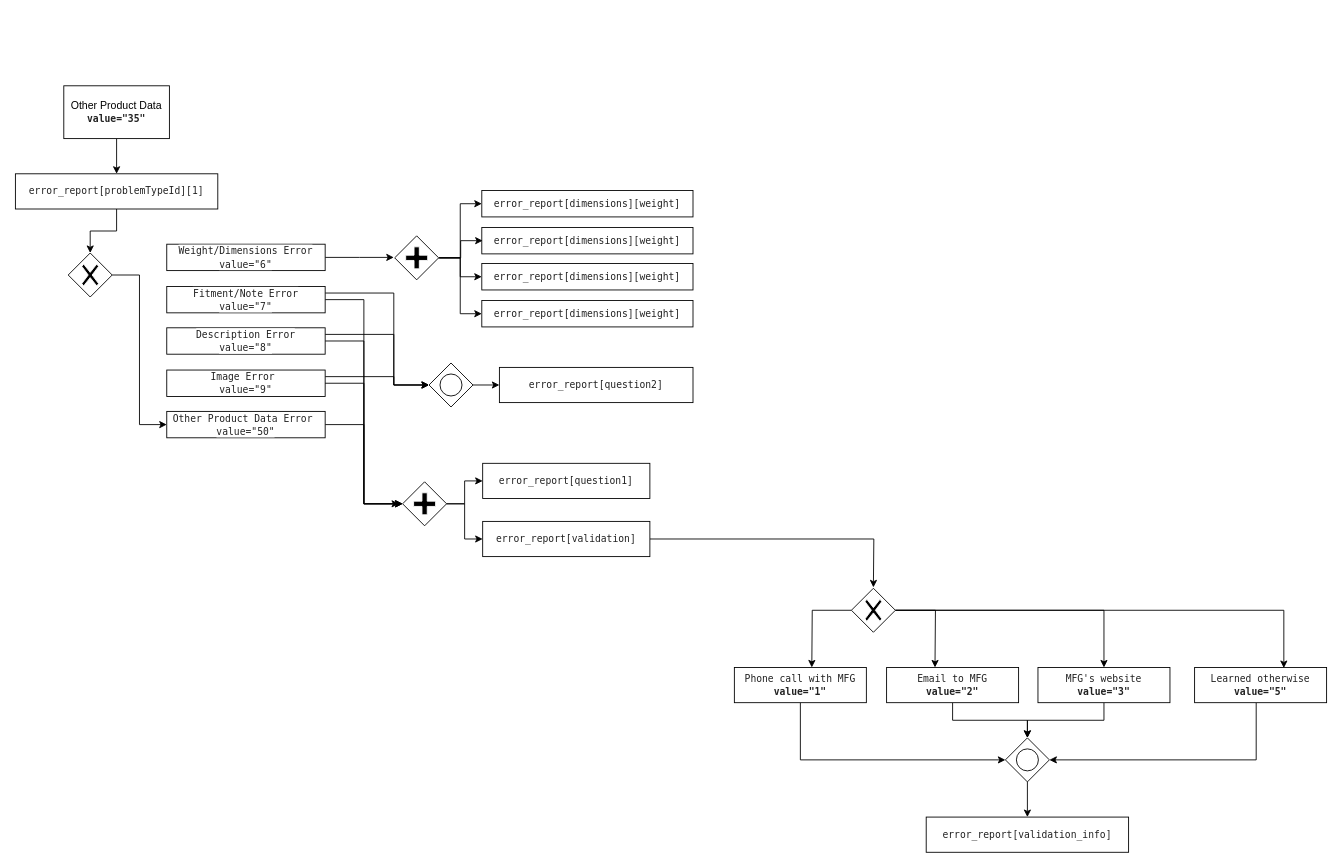
yvelio/test keeps this draw.io diagram as page "Other Product Data" (4 of 11) of report-error.drawio. Above is the earlier version. Source tidied: cells renumbered, new cells numbered last; positions are measured from the earlier drawing's top-left corner, leaving out a move shared by most shapes. Both pictures are drawn from the tidied source at 88%, with x=0, y=0 at pixel (15, 85).
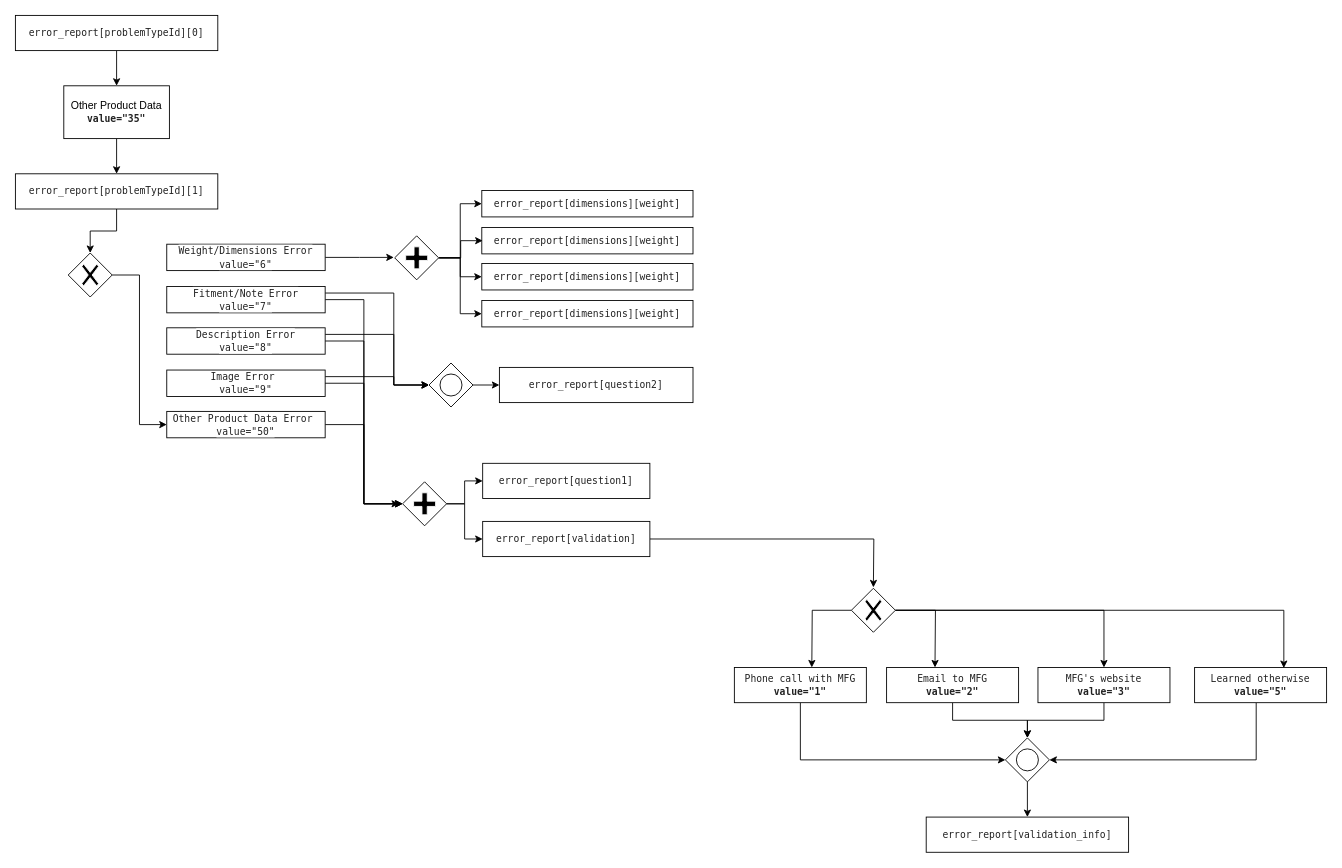
After the change.

Unchanged cells that the change refers to:
```xml
<mxCell id="38" value="Other Product Data&lt;br&gt;&lt;b style=&quot;text-align: left&quot;&gt;&lt;font color=&quot;#222222&quot; face=&quot;menlo, monospace&quot;&gt;&lt;span style=&quot;font-size: 11px&quot;&gt;value=&quot;35&quot;&lt;/span&gt;&lt;/font&gt;&lt;br&gt;&lt;/b&gt;" style="rounded=0;whiteSpace=wrap;html=1;" parent="1" vertex="1">
  <mxGeometry x="55" width="120" height="60" as="geometry" />
</mxCell>
```

Change to the diagram source:
```diff
@@
+    <mxCell id="55" style="edgeStyle=orthogonalEdgeStyle;rounded=0;jettySize=auto;html=1;" parent="1" edge="1" source="56" target="38">
+      <mxGeometry relative="1" as="geometry" />
+    </mxCell>
+    <mxCell id="56" value="&lt;span style=&quot;color: rgb(34 , 34 , 34) ; font-family: &amp;#34;menlo&amp;#34; , monospace ; font-size: 11px ; font-style: normal ; font-weight: 400 ; letter-spacing: normal ; text-align: left ; text-indent: 0px ; text-transform: none ; word-spacing: 0px ; background-color: rgb(255 , 255 , 255) ; display: inline ; float: none&quot;&gt;error_report[problemTypeId][0]&lt;/span&gt;" style="whiteSpace=wrap;html=1;" parent="1" vertex="1">
+      <mxGeometry y="-80" width="230" height="40" as="geometry" />
+    </mxCell>
```
